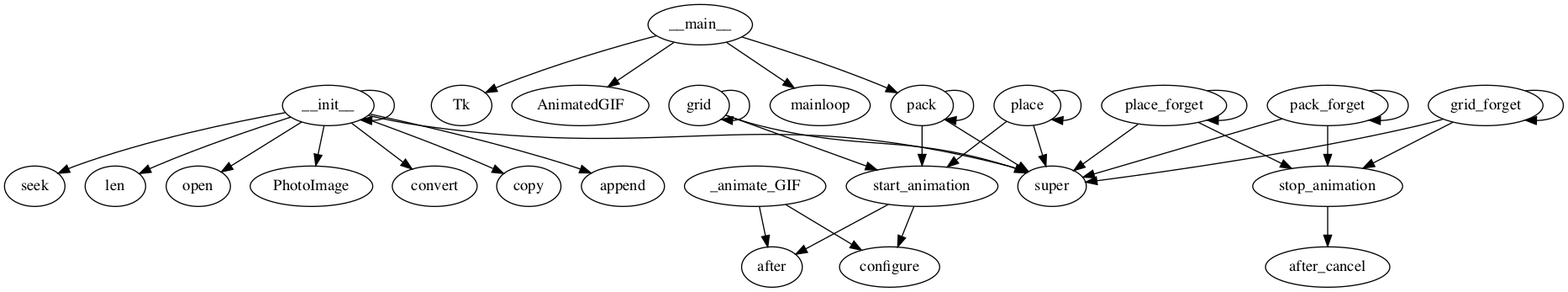
Before: CallGraph_images/TkinterGif.png, a diagram exported from Graphviz (JordanCoyne97/Final_Year_Project). Its source is kept beside it as CallGraph_dots/TkinterGif.dot.
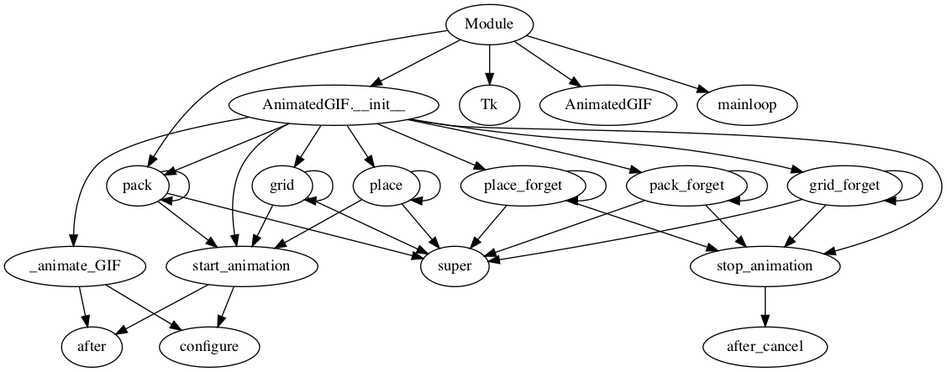
The same file after the commit.

The edit, as a diff of the source:
```diff
@@ -1,13 +1,4 @@
 digraph  {
-__init__;
-open;
-PhotoImage;
-convert;
-copy;
-append;
-seek;
-len;
-super;
 start_animation;
 configure;
 after;
@@ -15,24 +6,17 @@
 after_cancel;
 _animate_GIF;
 pack;
+super;
 grid;
 place;
 pack_forget;
 grid_forget;
 place_forget;
-__main__;
+Module;
+"AnimatedGIF.__init__";
 Tk;
 AnimatedGIF;
 mainloop;
-__init__ -> open;
-__init__ -> PhotoImage;
-__init__ -> convert;
-__init__ -> copy;
-__init__ -> append;
-__init__ -> seek;
-__init__ -> len;
-__init__ -> __init__;
-__init__ -> super;
 start_animation -> configure;
 start_animation -> after;
 stop_animation -> after_cancel;
@@ -56,8 +40,18 @@
 place_forget -> stop_animation;
 place_forget -> place_forget;
 place_forget -> super;
-__main__ -> Tk;
-__main__ -> AnimatedGIF;
-__main__ -> pack;
-__main__ -> mainloop;
+Module -> "AnimatedGIF.__init__";
+Module -> Tk;
+Module -> AnimatedGIF;
+Module -> pack;
+Module -> mainloop;
+"AnimatedGIF.__init__" -> start_animation;
+"AnimatedGIF.__init__" -> stop_animation;
+"AnimatedGIF.__init__" -> _animate_GIF;
+"AnimatedGIF.__init__" -> pack;
+"AnimatedGIF.__init__" -> grid;
+"AnimatedGIF.__init__" -> place;
+"AnimatedGIF.__init__" -> pack_forget;
+"AnimatedGIF.__init__" -> grid_forget;
+"AnimatedGIF.__init__" -> place_forget;
 }
```
